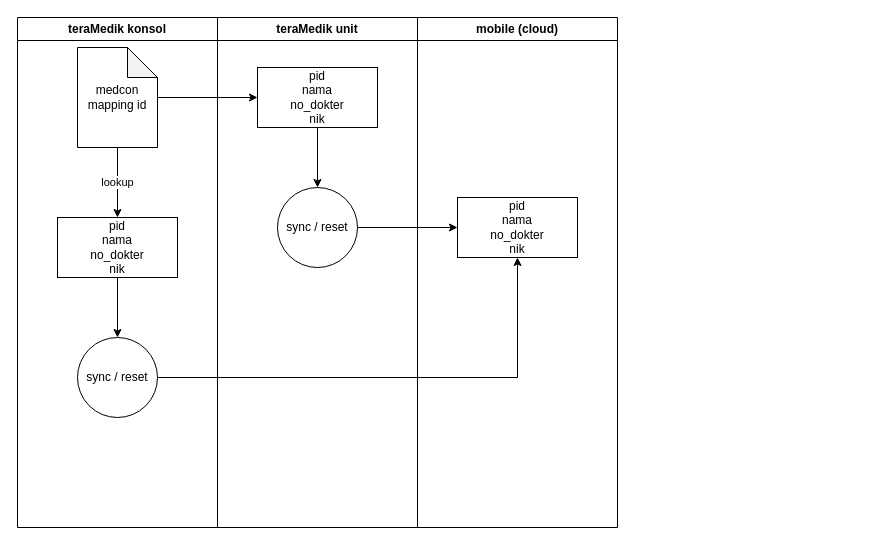
Akhmad-R-tera/diagram_job keeps this draw.io diagram as alur update data mobile braw.drawio. Above is the earlier version. Source tidied: cells renumbered, new cells numbered last; positions are measured from the earlier drawing's top-left corner, leaving out a move shared by most shapes. Both pictures are drawn from the tidied source at 100%, with x=0, y=0 at pixel (17, 17).
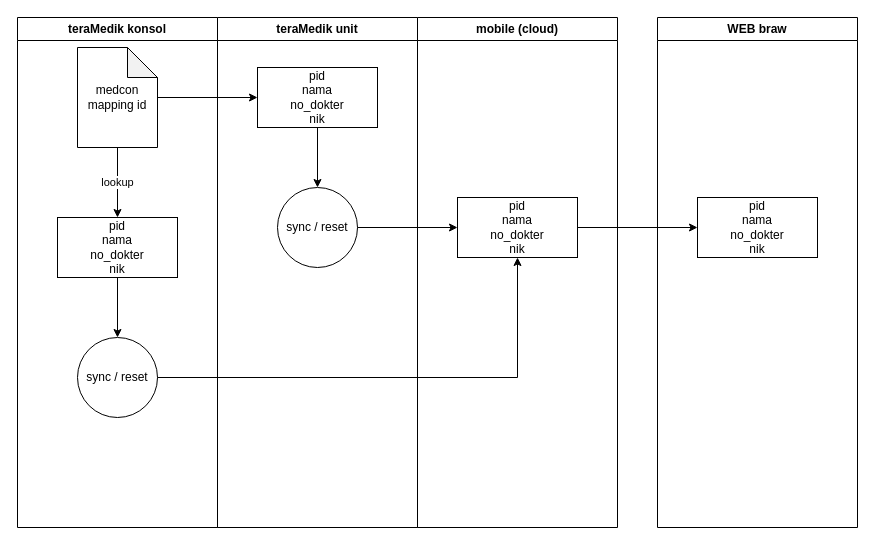
Above is the later version.

Diff of the diagram source:
```diff
@@
 <mxGraphModel>
   <root>
     <mxCell id="0" />
     <mxCell id="1" parent="0" />
     <mxCell id="2" value="teraMedik unit" style="swimlane;whiteSpace=wrap;html=1;" parent="1" vertex="1">
       <mxGeometry x="200" width="200" height="510" as="geometry" />
     </mxCell>
     <mxCell id="3" style="edgeStyle=orthogonalEdgeStyle;rounded=0;jettySize=auto;html=1;" parent="2" edge="1" source="4" target="5">
       <mxGeometry relative="1" as="geometry" />
     </mxCell>
     <mxCell id="4" value="pid&lt;br&gt;nama&lt;br&gt;no_dokter&lt;br&gt;nik" style="rounded=0;whiteSpace=wrap;html=1;" parent="2" vertex="1">
       <mxGeometry x="40" y="50" width="120" height="60" as="geometry" />
     </mxCell>
     <mxCell id="5" value="sync / reset" style="ellipse;whiteSpace=wrap;html=1;rounded=0;" parent="2" vertex="1">
       <mxGeometry x="60" y="170" width="80" height="80" as="geometry" />
     </mxCell>
     <mxCell id="6" value="mobile (cloud)" style="swimlane;whiteSpace=wrap;html=1;" parent="1" vertex="1">
       <mxGeometry x="400" width="200" height="510" as="geometry" />
     </mxCell>
     <mxCell id="7" value="pid&lt;br&gt;nama&lt;br&gt;no_dokter&lt;br&gt;nik" style="rounded=0;whiteSpace=wrap;html=1;" parent="6" vertex="1">
       <mxGeometry x="40" y="180" width="120" height="60" as="geometry" />
     </mxCell>
     <mxCell id="8" style="edgeStyle=orthogonalEdgeStyle;rounded=0;jettySize=auto;html=1;entryX=0;entryY=0.5;entryDx=0;entryDy=0;" parent="1" edge="1" source="5" target="7">
       <mxGeometry relative="1" as="geometry" />
     </mxCell>
     <mxCell id="9" value="teraMedik konsol" style="swimlane;whiteSpace=wrap;html=1;" parent="1" vertex="1">
       <mxGeometry width="200" height="510" as="geometry" />
     </mxCell>
     <mxCell id="10" style="edgeStyle=orthogonalEdgeStyle;rounded=0;jettySize=auto;html=1;" parent="9" edge="1" source="11" target="12">
       <mxGeometry relative="1" as="geometry" />
     </mxCell>
     <mxCell id="11" value="pid&lt;br&gt;nama&lt;br&gt;no_dokter&lt;br&gt;nik" style="rounded=0;whiteSpace=wrap;html=1;" parent="9" vertex="1">
       <mxGeometry x="40" y="200" width="120" height="60" as="geometry" />
     </mxCell>
     <mxCell id="12" value="sync / reset" style="ellipse;whiteSpace=wrap;html=1;rounded=0;" parent="9" vertex="1">
       <mxGeometry x="60" y="320" width="80" height="80" as="geometry" />
     </mxCell>
     <mxCell id="13" value="lookup" style="edgeStyle=orthogonalEdgeStyle;rounded=0;jettySize=auto;html=1;" parent="9" edge="1" source="14" target="11">
       <mxGeometry relative="1" as="geometry" />
     </mxCell>
     <mxCell id="14" value="medcon mapping id" style="shape=note;whiteSpace=wrap;html=1;backgroundOutline=1;darkOpacity=0.05;" parent="9" vertex="1">
       <mxGeometry x="60" y="30" width="80" height="100" as="geometry" />
     </mxCell>
     <mxCell id="15" style="edgeStyle=orthogonalEdgeStyle;rounded=0;jettySize=auto;html=1;entryX=0.5;entryY=1;entryDx=0;entryDy=0;" parent="1" edge="1" source="12" target="7">
       <mxGeometry relative="1" as="geometry" />
     </mxCell>
     <mxCell id="16" style="edgeStyle=orthogonalEdgeStyle;rounded=0;jettySize=auto;html=1;" parent="1" edge="1" source="14" target="4">
       <mxGeometry relative="1" as="geometry" />
     </mxCell>
+    <mxCell id="17" value="WEB braw" style="swimlane;whiteSpace=wrap;html=1;" parent="1" vertex="1">
+      <mxGeometry x="640" width="200" height="510" as="geometry" />
+    </mxCell>
+    <mxCell id="18" value="pid&lt;br&gt;nama&lt;br&gt;no_dokter&lt;br&gt;nik" style="rounded=0;whiteSpace=wrap;html=1;" parent="17" vertex="1">
+      <mxGeometry x="40" y="180" width="120" height="60" as="geometry" />
+    </mxCell>
+    <mxCell id="19" style="edgeStyle=orthogonalEdgeStyle;rounded=0;jettySize=auto;html=1;entryX=0;entryY=0.5;entryDx=0;entryDy=0;" parent="1" edge="1" source="7" target="18">
+      <mxGeometry relative="1" as="geometry" />
+    </mxCell>
   </root>
 </mxGraphModel>
```
